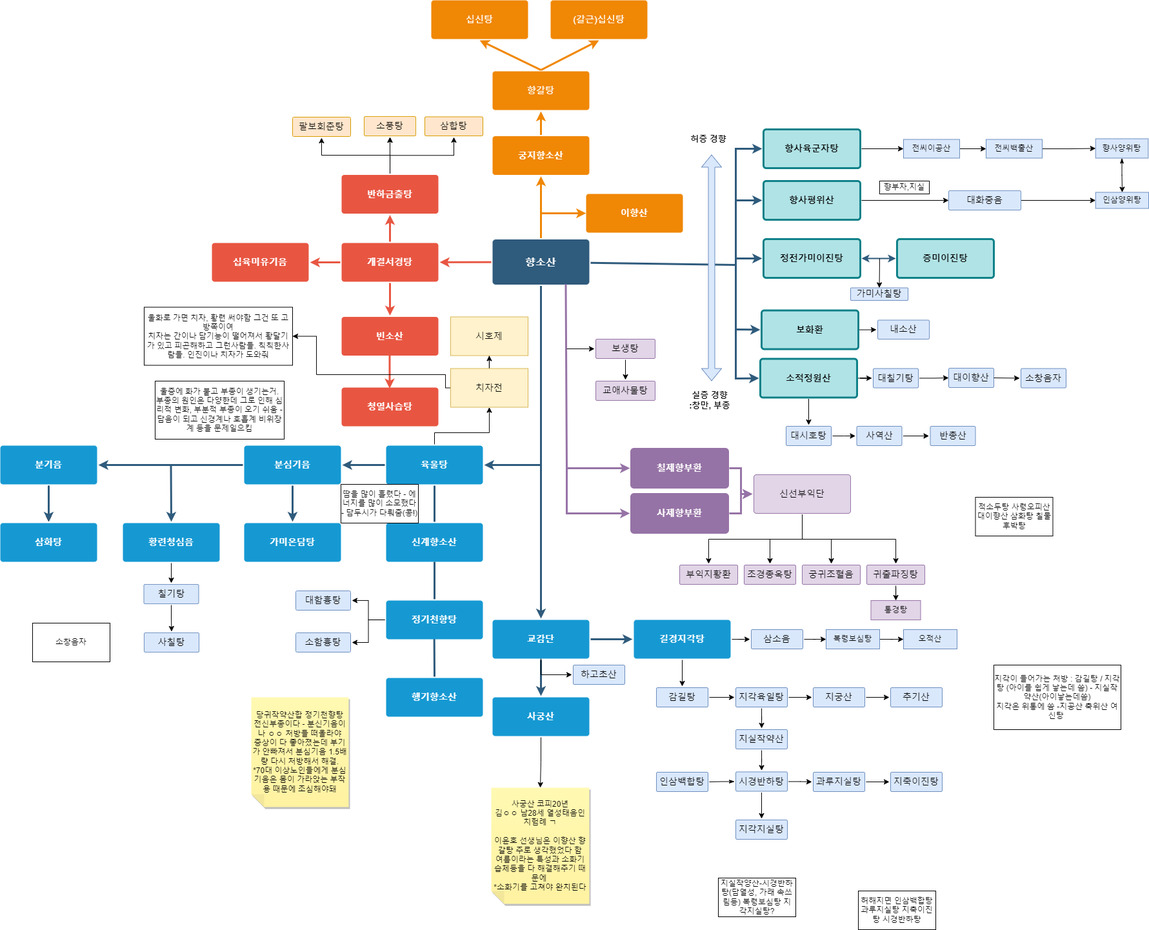
Jinzin71/sparta keeps this draw.io diagram as 향소산플로우차트.drawio.png. Above is the earlier version. Source tidied: cells renumbered, new cells last; positions are measured from the earlier drawing's top-left corner, leaving out a move shared by most shapes.
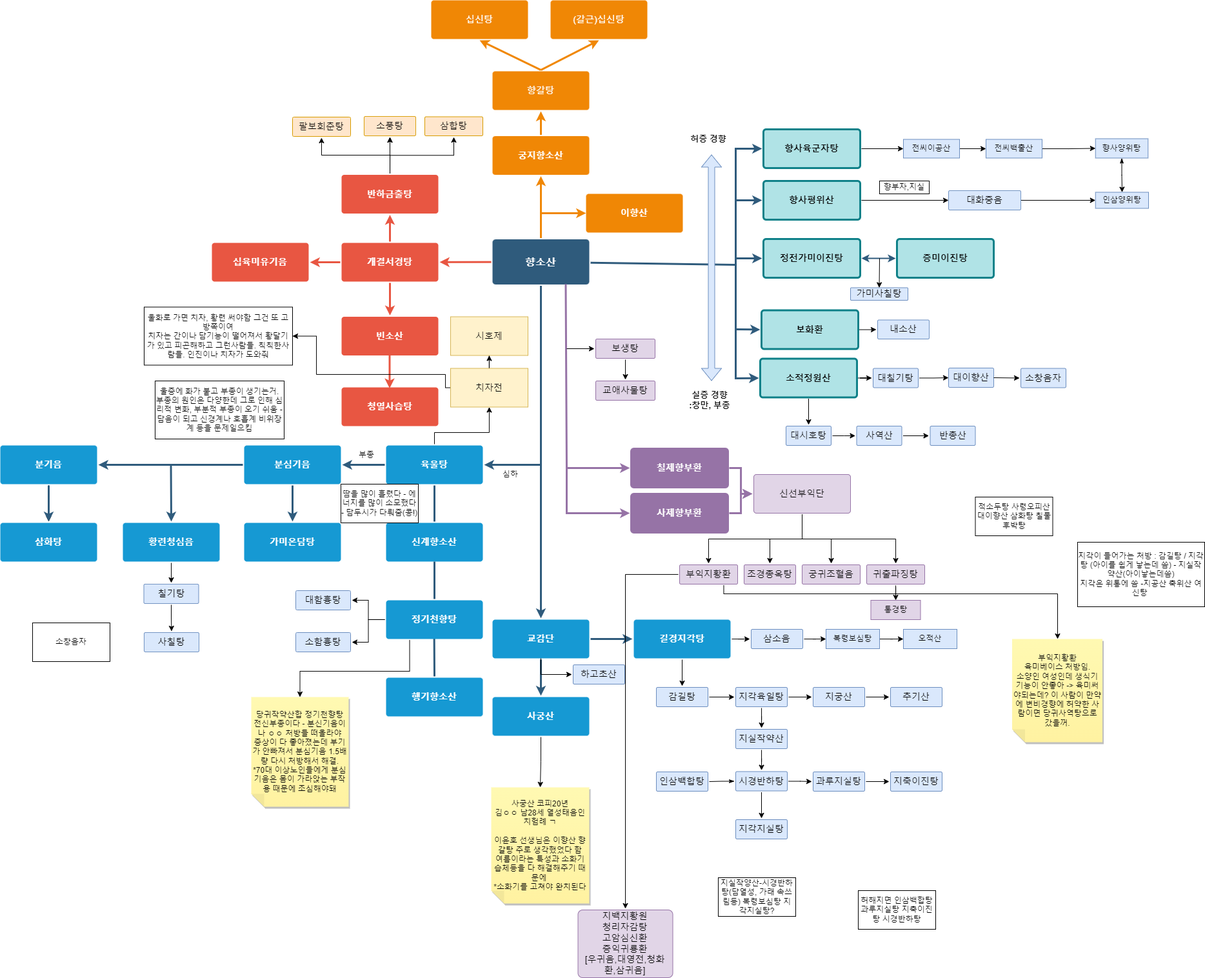
The same file after the commit.

Commit message:
향소산플로우차트.drawio.png 업데이트

What changed in the source:
```diff
@@ -193,6 +193,14 @@
     <mxCell id="52" style="edgeStyle=orthogonalEdgeStyle;rounded=0;jettySize=auto;html=1;" parent="1" edge="1" source="53" target="101">
       <mxGeometry relative="1" as="geometry" />
     </mxCell>
+    <mxCell id="172" style="edgeStyle=orthogonalEdgeStyle;rounded=0;jettySize=auto;html=1;exitX=0.25;exitY=1;exitDx=0;exitDy=0;entryX=0.5;entryY=1;entryDx=0;entryDy=0;entryPerimeter=0;" parent="1" edge="1" source="53" target="171">
+      <mxGeometry relative="1" as="geometry">
+        <Array as="points">
+          <mxPoint x="635" y="1040" />
+          <mxPoint x="465" y="1040" />
+        </Array>
+      </mxGeometry>
+    </mxCell>
     <mxCell id="53" value="정기천향탕" style="rounded=1;whiteSpace=wrap;html=1;shadow=0;labelBackgroundColor=none;strokeColor=none;strokeWidth=3;fillColor=#1699d3;fontFamily=Helvetica;fontSize=14;fontColor=#FFFFFF;align=center;spacing=5;fontStyle=1;arcSize=7;perimeterSpacing=2;" parent="1" vertex="1">
       <mxGeometry x="598" y="930" width="150" height="60" as="geometry" />
     </mxCell>
@@ -346,6 +354,17 @@
     <mxCell id="86" value="조경종옥탕" style="rounded=1;whiteSpace=wrap;html=1;shadow=0;labelBackgroundColor=none;strokeColor=#9673a6;strokeWidth=1;fillColor=#e1d5e7;fontFamily=Helvetica;fontSize=14;align=center;spacing=5;fontStyle=0;arcSize=7;perimeterSpacing=2;" parent="1" vertex="1">
       <mxGeometry x="1153" y="875" width="80" height="30" as="geometry" />
     </mxCell>
+    <mxCell id="173" style="edgeStyle=orthogonalEdgeStyle;rounded=0;jettySize=auto;html=1;exitX=0.75;exitY=1;exitDx=0;exitDy=0;" parent="1" edge="1" source="87" target="175">
+      <mxGeometry relative="1" as="geometry">
+        <Array as="points">
+          <mxPoint x="1121" y="920" />
+          <mxPoint x="1639" y="920" />
+        </Array>
+      </mxGeometry>
+    </mxCell>
+    <mxCell id="174" style="edgeStyle=orthogonalEdgeStyle;rounded=0;jettySize=auto;html=1;" parent="1" edge="1" source="87" target="176">
+      <mxGeometry relative="1" as="geometry" />
+    </mxCell>
     <mxCell id="87" value="부익지황환" style="rounded=1;whiteSpace=wrap;html=1;shadow=0;labelBackgroundColor=none;strokeColor=#9673a6;strokeWidth=1;fillColor=#e1d5e7;fontFamily=Helvetica;fontSize=14;align=center;spacing=5;fontStyle=0;arcSize=7;perimeterSpacing=2;" parent="1" vertex="1">
       <mxGeometry x="1053" y="875" width="90" height="30" as="geometry" />
     </mxCell>
@@ -422,7 +441,7 @@
       <mxGeometry x="1280" y="975" width="83" height="30" as="geometry" />
     </mxCell>
     <mxCell id="108" value="지각이 들어가는 처방 : 감길탕 / 지각탕 (아이를 쉽게 낳는데 씀) - 지실작약산(아이낳는데씀)&lt;br&gt;지각은 위통에 씀 -지공산 축위산 여신탕&amp;nbsp;" style="whiteSpace=wrap;html=1;" parent="1" vertex="1">
-      <mxGeometry x="1540" y="1030" width="197" height="100" as="geometry" />
+      <mxGeometry x="1670" y="840" width="197" height="100" as="geometry" />
     </mxCell>
     <mxCell id="109" value="지실작양산-시경반하탕(담열성, 가래 속쓰림등) 복령보심탕 지각지실탕?" style="whiteSpace=wrap;html=1;" parent="1" vertex="1">
       <mxGeometry x="1113" y="1360" width="120" height="60" as="geometry" />
@@ -620,5 +639,17 @@
     <mxCell id="171" value="당귀작약산합 정기천향탕&lt;br&gt;전신부종이다 - 분신기음이나 ㅇㅇ 처방들 떠올라야&lt;br&gt;증상이 다 좋아졌는데 부기가 안빠져서 분심기음 1.5배량 다시 처방해서 해결.&lt;br&gt;*70대 이상노인들에게 분심기음은 몸이 가라앉는 부작용 때문에 조심해야돼" style="shape=note;whiteSpace=wrap;html=1;backgroundOutline=1;fontColor=#000000;darkOpacity=0.05;fillColor=#FFF9B2;strokeColor=none;fillStyle=solid;direction=west;gradientDirection=north;gradientColor=#FFF2A1;shadow=1;size=20;" parent="1" vertex="1">
       <mxGeometry x="389" y="1080" width="151" height="170" as="geometry" />
     </mxCell>
+    <mxCell id="175" value="부익지황환&lt;br&gt;육미베이스 처방임.&lt;br&gt;소양인 여성인데 생식기 기능이 안좋아 -&amp;gt; 육미써야되는데? 이 사람이 만약에 변비경향에 허약한 사람이면 당귀사역탕으로 갔을꺼.&lt;br&gt;" style="shape=note;whiteSpace=wrap;html=1;backgroundOutline=1;fontColor=#000000;darkOpacity=0.05;fillColor=#FFF9B2;strokeColor=none;fillStyle=solid;direction=west;gradientDirection=north;gradientColor=#FFF2A1;shadow=1;size=20;" parent="1" vertex="1">
+      <mxGeometry x="1568.5" y="990" width="140" height="160" as="geometry" />
+    </mxCell>
+    <mxCell id="176" value="지백지황원&lt;br&gt;청리자감탕&lt;br&gt;고암심신환&lt;br&gt;증익귀룡환&lt;br&gt;[우귀음,대영전,청화환,삼귀음]" style="rounded=1;whiteSpace=wrap;html=1;shadow=0;labelBackgroundColor=none;strokeColor=#9673a6;strokeWidth=1;fillColor=#e1d5e7;fontFamily=Helvetica;fontSize=14;align=center;spacing=5;fontStyle=0;arcSize=7;perimeterSpacing=2;" parent="1" vertex="1">
+      <mxGeometry x="895.5" y="1410" width="147" height="105" as="geometry" />
+    </mxCell>
+    <mxCell id="177" value="심하" style="text;html=1;strokeColor=none;fillColor=none;align=center;verticalAlign=middle;whiteSpace=wrap;rounded=0;" parent="1" vertex="1">
+      <mxGeometry x="761" y="720" width="60" height="30" as="geometry" />
+    </mxCell>
+    <mxCell id="178" value="부종" style="text;html=1;strokeColor=none;fillColor=none;align=center;verticalAlign=middle;whiteSpace=wrap;rounded=0;" parent="1" vertex="1">
+      <mxGeometry x="538" y="690" width="60" height="30" as="geometry" />
+    </mxCell>
   </root>
 </mxGraphModel>
```
